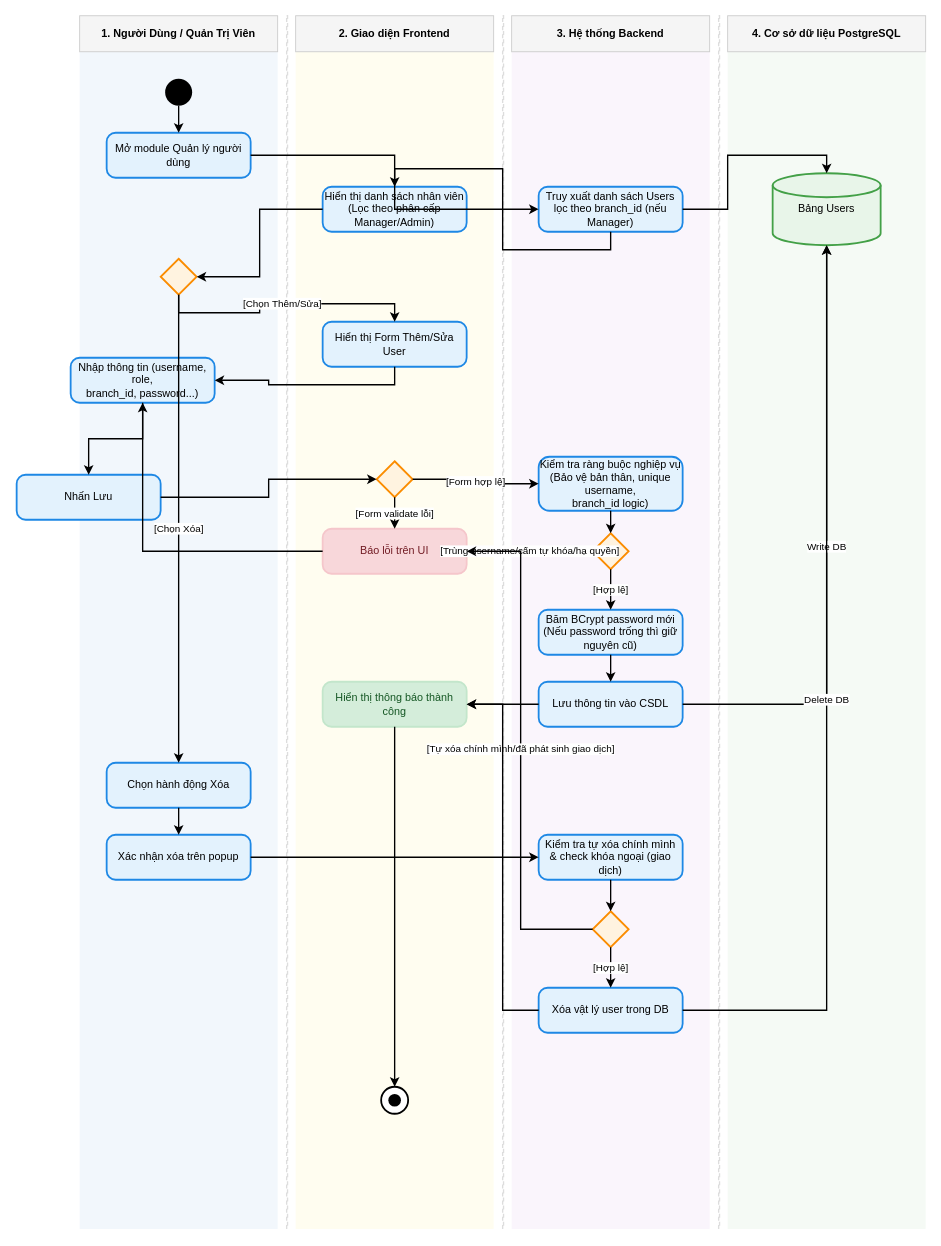
The draw.io diagram diagrams/chuc_nang_quan_ly_nguoi_dung.drawio in Nghiatv2006/KhoHang, before the edit. Source tidied: cells renumbered, new cells numbered last; positions are measured from the earlier drawing's top-left corner, leaving out a move shared by most shapes. Both pictures are drawn from the tidied source at 90%, with x=0, y=0 at pixel (16, 15).
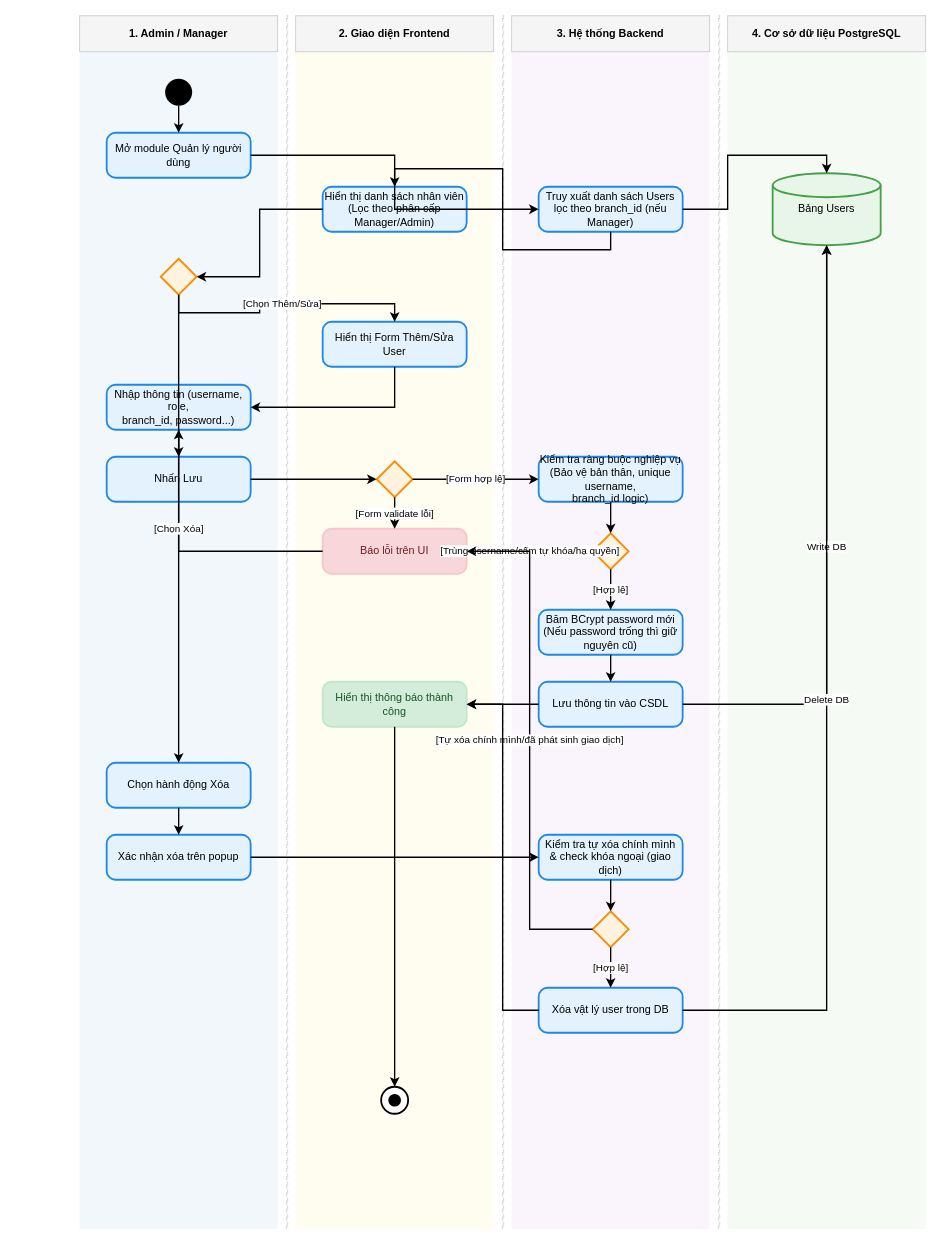
After the change.

Unchanged cells that the change refers to:
```xml
<mxCell id="23" value="Báo lỗi trên UI" style="rounded=1;whiteSpace=wrap;html=1;arcSize=20;fillColor=#f8d7da;strokeColor=#f5c6cb;strokeWidth=2;fontColor=#721c24;align=center;" parent="1" vertex="1">
  <mxGeometry x="340" y="570" width="160" height="50" as="geometry" />
</mxCell>
<mxCell id="32" style="rhombus;whiteSpace=wrap;html=1;fillColor=#fff3e0;strokeColor=#fb8c00;strokeWidth=2;fontColor=#000000;align=center;" parent="1" vertex="1">
  <mxGeometry x="640" y="995" width="40" height="40" as="geometry" />
</mxCell>
```

Diff of the diagram source:
```diff
@@
-    <mxCell id="6" value="1. Người Dùng / Quản Trị Viên" style="fillColor=#f5f5f5;strokeColor=#cccccc;fontStyle=1;align=center;whiteSpace=wrap;html=1;" parent="1" vertex="1">
+    <mxCell id="6" value="1. Admin / Manager" style="fillColor=#f5f5f5;strokeColor=#cccccc;fontStyle=1;align=center;whiteSpace=wrap;html=1;" parent="1" vertex="1">
       <mxGeometry x="70" width="220" height="40" as="geometry" />
     </mxCell>
@@
     <mxCell id="20" value="Nhập thông tin (username, role,&lt;br/&gt;branch_id, password...)" style="rounded=1;whiteSpace=wrap;html=1;arcSize=20;fillColor=#e3f2fd;strokeColor=#1e88e5;strokeWidth=2;fontColor=#000000;align=center;" parent="1" vertex="1">
-      <mxGeometry x="60" y="380" width="160" height="50" as="geometry" />
+      <mxGeometry x="100" y="410" width="160" height="50" as="geometry" />
     </mxCell>
     <mxCell id="21" value="Nhấn Lưu" style="rounded=1;whiteSpace=wrap;html=1;arcSize=20;fillColor=#e3f2fd;strokeColor=#1e88e5;strokeWidth=2;fontColor=#000000;align=center;" parent="1" vertex="1">
-      <mxGeometry y="510" width="160" height="50" as="geometry" />
+      <mxGeometry x="100" y="490" width="160" height="50" as="geometry" />
     </mxCell>
@@
     <mxCell id="24" value="Kiểm tra ràng buộc nghiệp vụ&lt;br/&gt;(Bảo vệ bản thân, unique username,&lt;br/&gt;branch_id logic)" style="rounded=1;whiteSpace=wrap;html=1;arcSize=20;fillColor=#e3f2fd;strokeColor=#1e88e5;strokeWidth=2;fontColor=#000000;align=center;" parent="1" vertex="1">
-      <mxGeometry x="580" y="490" width="160" height="60" as="geometry" />
+      <mxGeometry x="580" y="490" width="160" height="50" as="geometry" />
     </mxCell>
@@
     <mxCell id="59" value="[Tự xóa chính mình/đã phát sinh giao dịch]" style="edgeStyle=orthogonalEdgeStyle;rounded=0;jettySize=auto;html=1;strokeColor=#000000;strokeWidth=1.5;endArrow=classic;exitX=0;exitY=0.5;entryX=1;entryY=0.5;edgeStyle=orthogonalEdgeStyle;" parent="1" edge="1" source="32" target="23">
-      <mxGeometry relative="1" as="geometry">
-        <Array as="points">
-          <mxPoint x="560" y="1015" />
-          <mxPoint x="560" y="595" />
-        </Array>
-      </mxGeometry>
+      <mxGeometry relative="1" as="geometry" />
     </mxCell>
```
